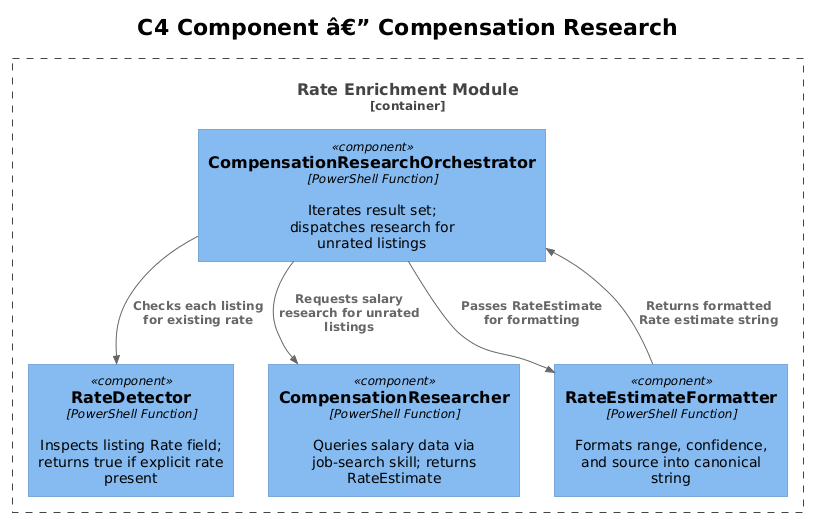
Earlier version of the PlantUML export docs/detailed-designs/07-compensation-research/diagrams/c4_component.png (QuinntyneBrown/Orbit). Its diagram source:
```plantuml
@startuml
!theme plain
!include <C4/C4_Component>

title C4 Component â€” Compensation Research

Container_Boundary(rateEnricher, "Rate Enrichment Module") {
    Component(orchestrator, "CompensationResearchOrchestrator", "PowerShell Function", "Iterates result set; dispatches research for unrated listings")
    Component(rateDetector, "RateDetector", "PowerShell Function", "Inspects listing Rate field; returns true if explicit rate present")
    Component(researcher, "CompensationResearcher", "PowerShell Function", "Queries salary data via job-search skill; returns RateEstimate")
    Component(formatter, "RateEstimateFormatter", "PowerShell Function", "Formats range, confidence, and source into canonical string")
}

Rel(orchestrator, rateDetector, "Checks each listing for existing rate")
Rel(orchestrator, researcher, "Requests salary research for unrated listings")
Rel(orchestrator, formatter, "Passes RateEstimate for formatting")
Rel(formatter, orchestrator, "Returns formatted Rate estimate string")
@enduml
```
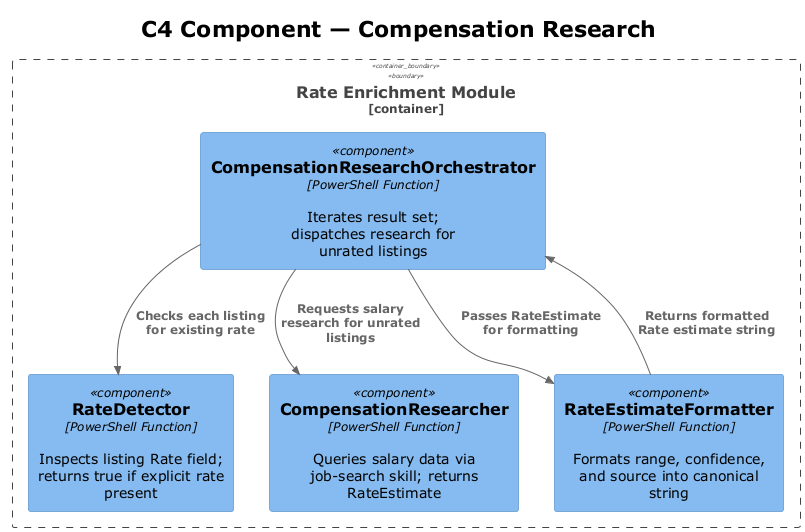
The same diagram one commit later.

The edit, as a diff of the source:
```diff
@@ -1,8 +1,8 @@
-@startuml
+@startuml c4_component
 !theme plain
 !include <C4/C4_Component>
 
-title C4 Component â€” Compensation Research
+title C4 Component — Compensation Research
 
 Container_Boundary(rateEnricher, "Rate Enrichment Module") {
     Component(orchestrator, "CompensationResearchOrchestrator", "PowerShell Function", "Iterates result set; dispatches research for unrated listings")
@@ -15,4 +15,5 @@
 Rel(orchestrator, researcher, "Requests salary research for unrated listings")
 Rel(orchestrator, formatter, "Passes RateEstimate for formatting")
 Rel(formatter, orchestrator, "Returns formatted Rate estimate string")
+
 @enduml
```
